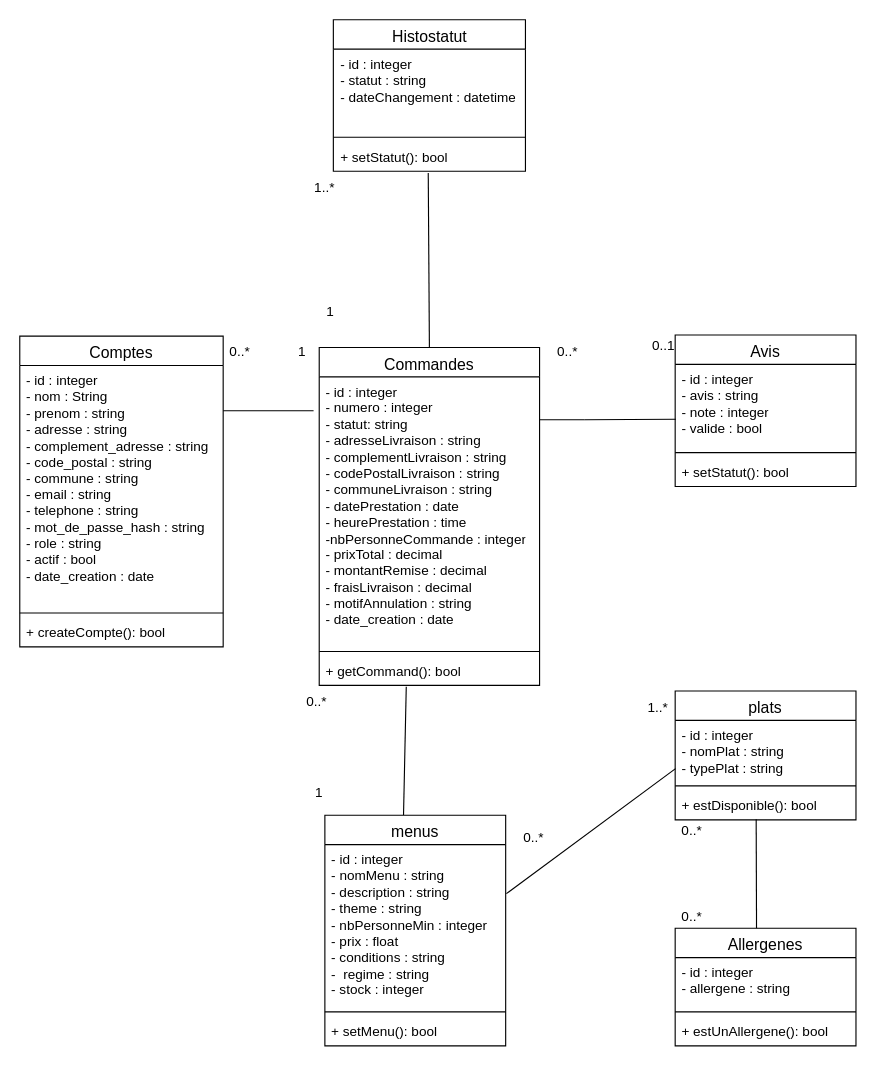
Before: docs/ViteEtGourmand.drawio in Tacha13/vite-et-gourmand, a draw.io diagram. Source tidied: cells renumbered, new cells numbered last; positions are measured from the earlier drawing's top-left corner, leaving out a move shared by most shapes. Both pictures are drawn from the tidied source at 113%, with x=0, y=0 at pixel (19, 19).
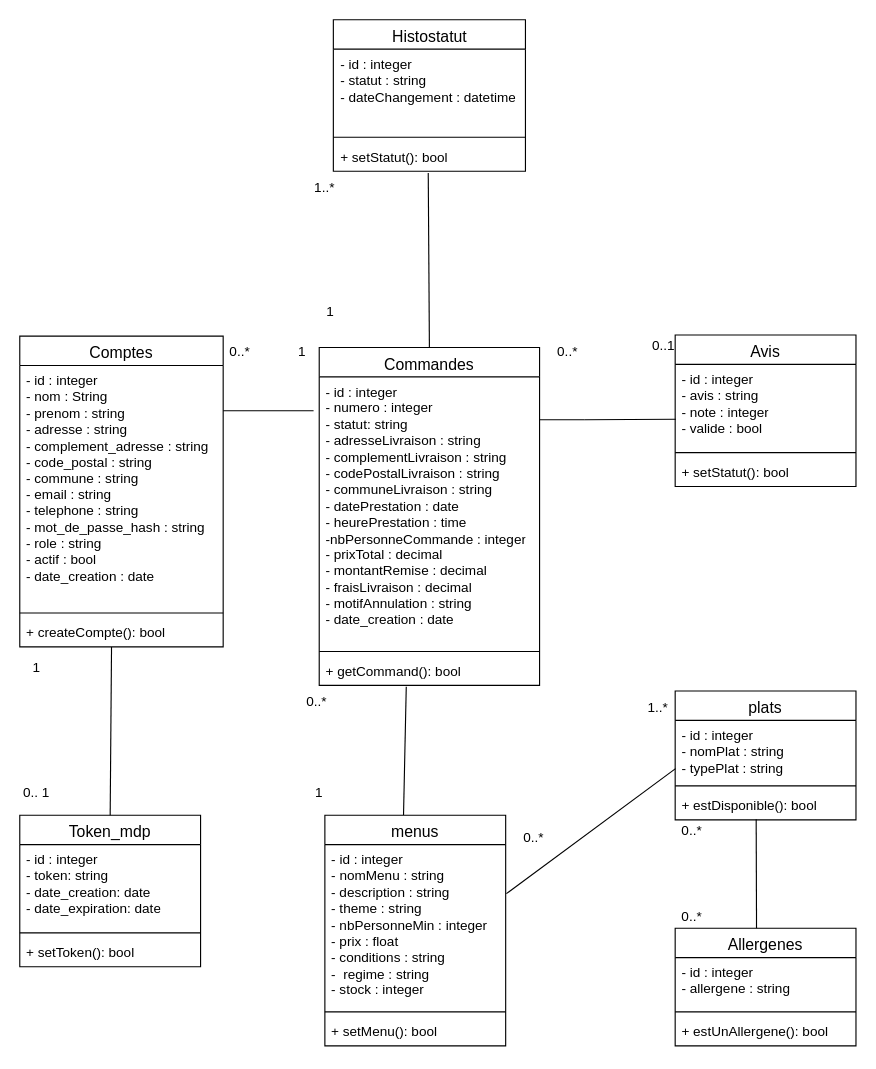
The same diagram, later.

Commit message (it also covers changes not shown here):
add create table token_mdp in schemas.sql

Diff of the diagram source:
```diff
@@
+    <mxCell id="49" value="&lt;span style=&quot;font-size: 14px; font-weight: 400;&quot;&gt;Token_mdp&lt;/span&gt;" style="swimlane;fontStyle=1;align=center;verticalAlign=top;horizontal=1;startSize=26;whiteSpace=wrap;html=1;" parent="1" vertex="1">
+      <mxGeometry y="704" width="160" height="134" as="geometry" />
+    </mxCell>
+    <mxCell id="50" value="&lt;span style=&quot;background-color: transparent; color: light-dark(rgb(0, 0, 0), rgb(255, 255, 255));&quot;&gt;- &lt;/span&gt;id : integer&lt;br&gt;&lt;div&gt;&lt;span style=&quot;background-color: transparent; color: light-dark(rgb(0, 0, 0), rgb(255, 255, 255));&quot;&gt;- &lt;/span&gt;token: string&lt;/div&gt;&lt;div&gt;&lt;span style=&quot;background-color: transparent; color: light-dark(rgb(0, 0, 0), rgb(255, 255, 255));&quot;&gt;- &lt;/span&gt;date_creation: date&lt;/div&gt;&lt;div&gt;- date_expiration: date&lt;/div&gt;&lt;div&gt;&lt;div&gt;&lt;br&gt;&lt;/div&gt;&lt;/div&gt;" style="text;strokeColor=none;fillColor=none;align=left;verticalAlign=top;spacingLeft=4;spacingRight=4;overflow=hidden;whiteSpace=wrap;html=1;" parent="49" vertex="1">
+      <mxGeometry y="26" width="160" height="74" as="geometry" />
+    </mxCell>
+    <mxCell id="51" style="line;strokeWidth=1;fillColor=none;align=left;verticalAlign=middle;spacingTop=-1;spacingLeft=3;spacingRight=3;labelPosition=right;strokeColor=inherit;" parent="49" vertex="1">
+      <mxGeometry y="100" width="160" height="8" as="geometry" />
+    </mxCell>
+    <mxCell id="52" value="+ setToken(): bool" style="text;strokeColor=none;fillColor=none;align=left;verticalAlign=top;spacingLeft=4;spacingRight=4;overflow=hidden;whiteSpace=wrap;html=1;" parent="49" vertex="1">
+      <mxGeometry y="108" width="160" height="26" as="geometry" />
+    </mxCell>
+    <mxCell id="53" style="endArrow=none;html=1;rounded=0;exitX=0.395;exitY=1.045;exitDx=0;exitDy=0;exitPerimeter=0;entryX=0.5;entryY=0;entryDx=0;entryDy=0;" parent="1" edge="1" target="49">
+      <mxGeometry relative="1" as="geometry">
+        <mxPoint x="81.2" y="555" as="sourcePoint" />
+      </mxGeometry>
+    </mxCell>
+    <mxCell id="54" value="0.. 1" style="text;html=1;whiteSpace=wrap;strokeColor=none;fillColor=none;align=center;verticalAlign=middle;rounded=0;" parent="1" vertex="1">
+      <mxGeometry y="674" width="30" height="20" as="geometry" />
+    </mxCell>
+    <mxCell id="55" value="1" style="text;html=1;whiteSpace=wrap;strokeColor=none;fillColor=none;align=center;verticalAlign=middle;rounded=0;" parent="1" vertex="1">
+      <mxGeometry y="564" width="30" height="20" as="geometry" />
+    </mxCell>
```
